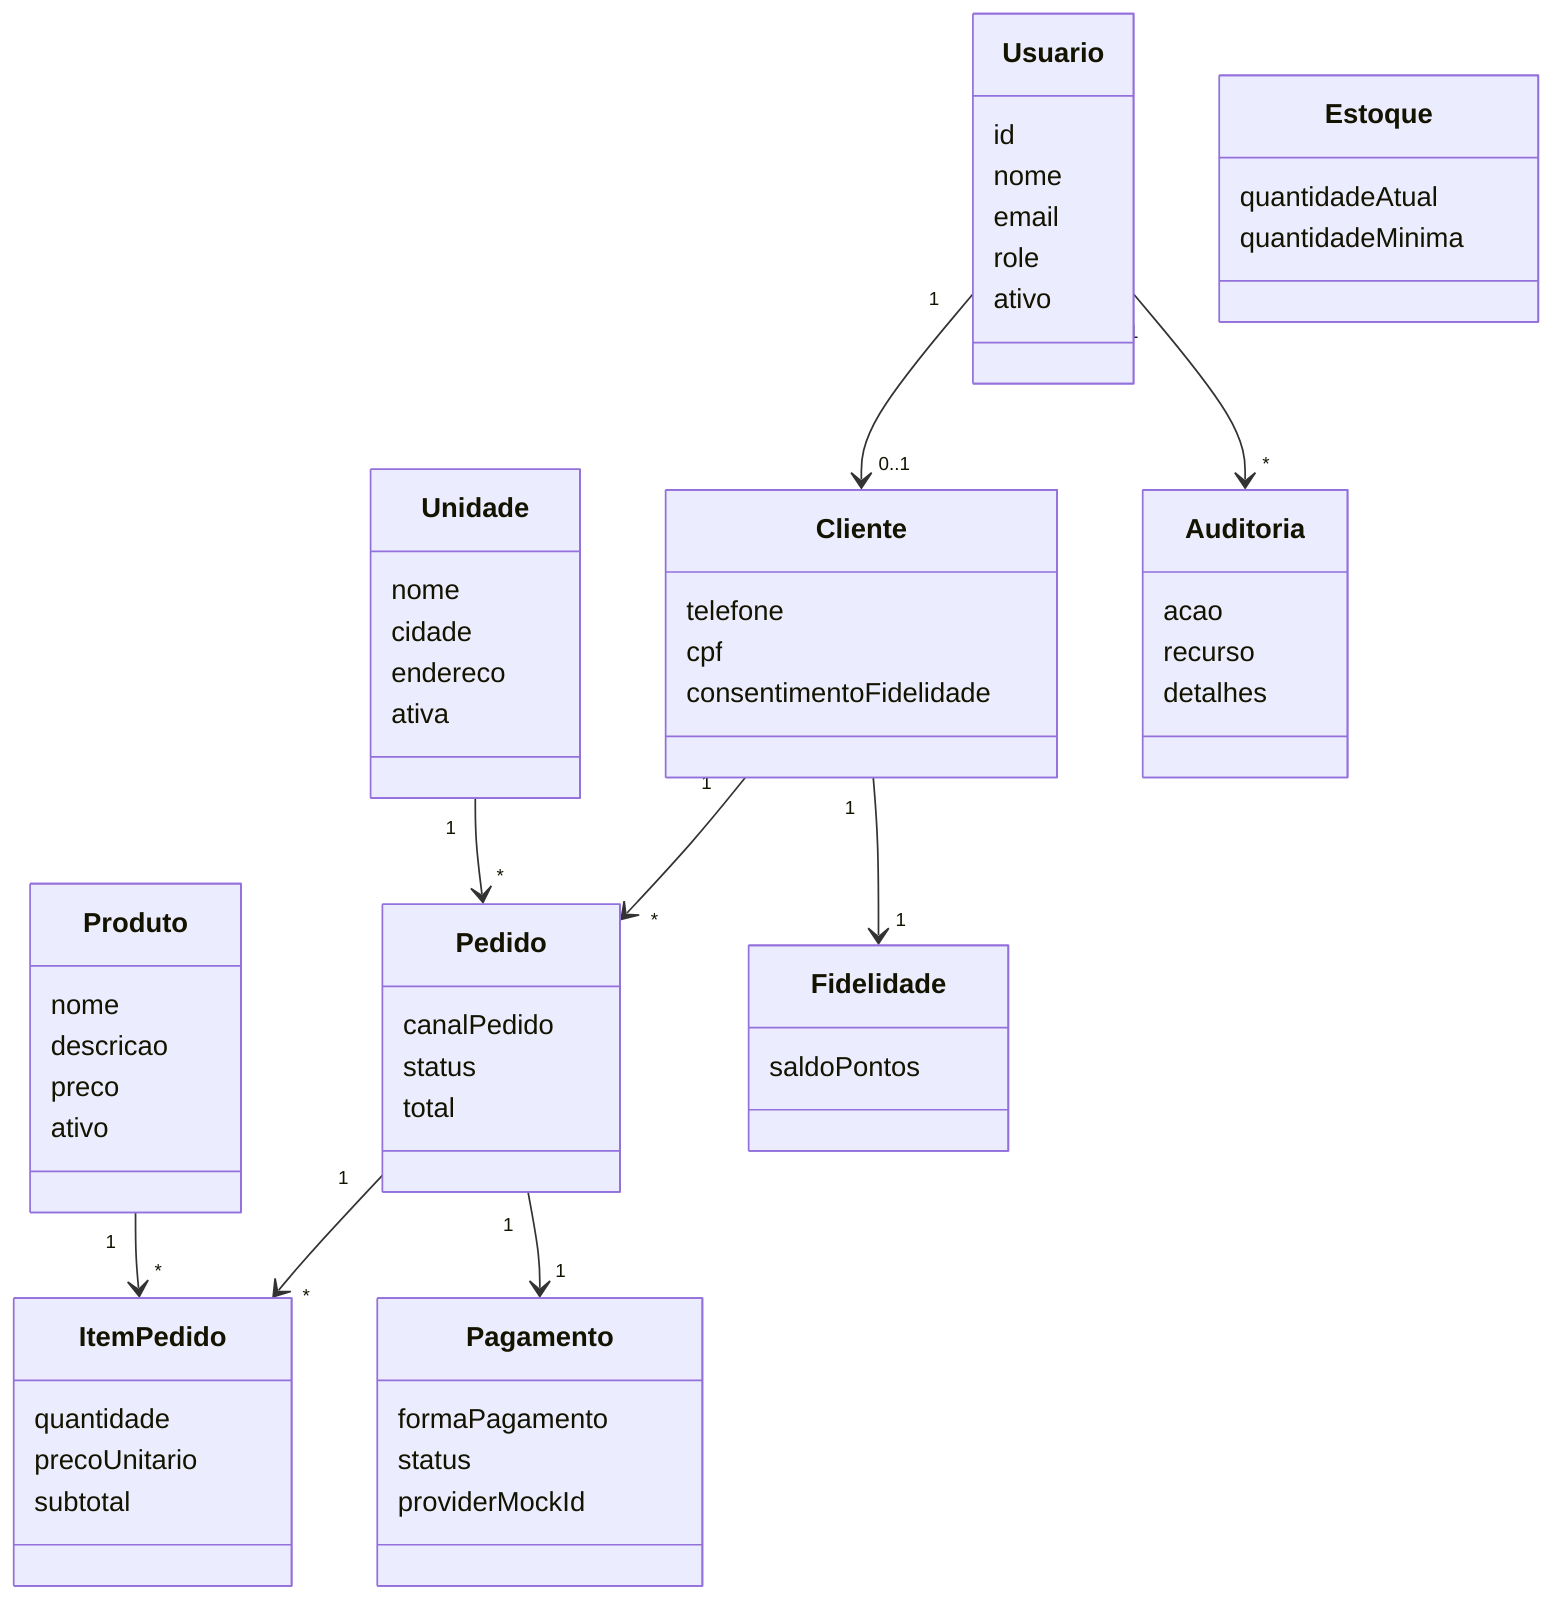
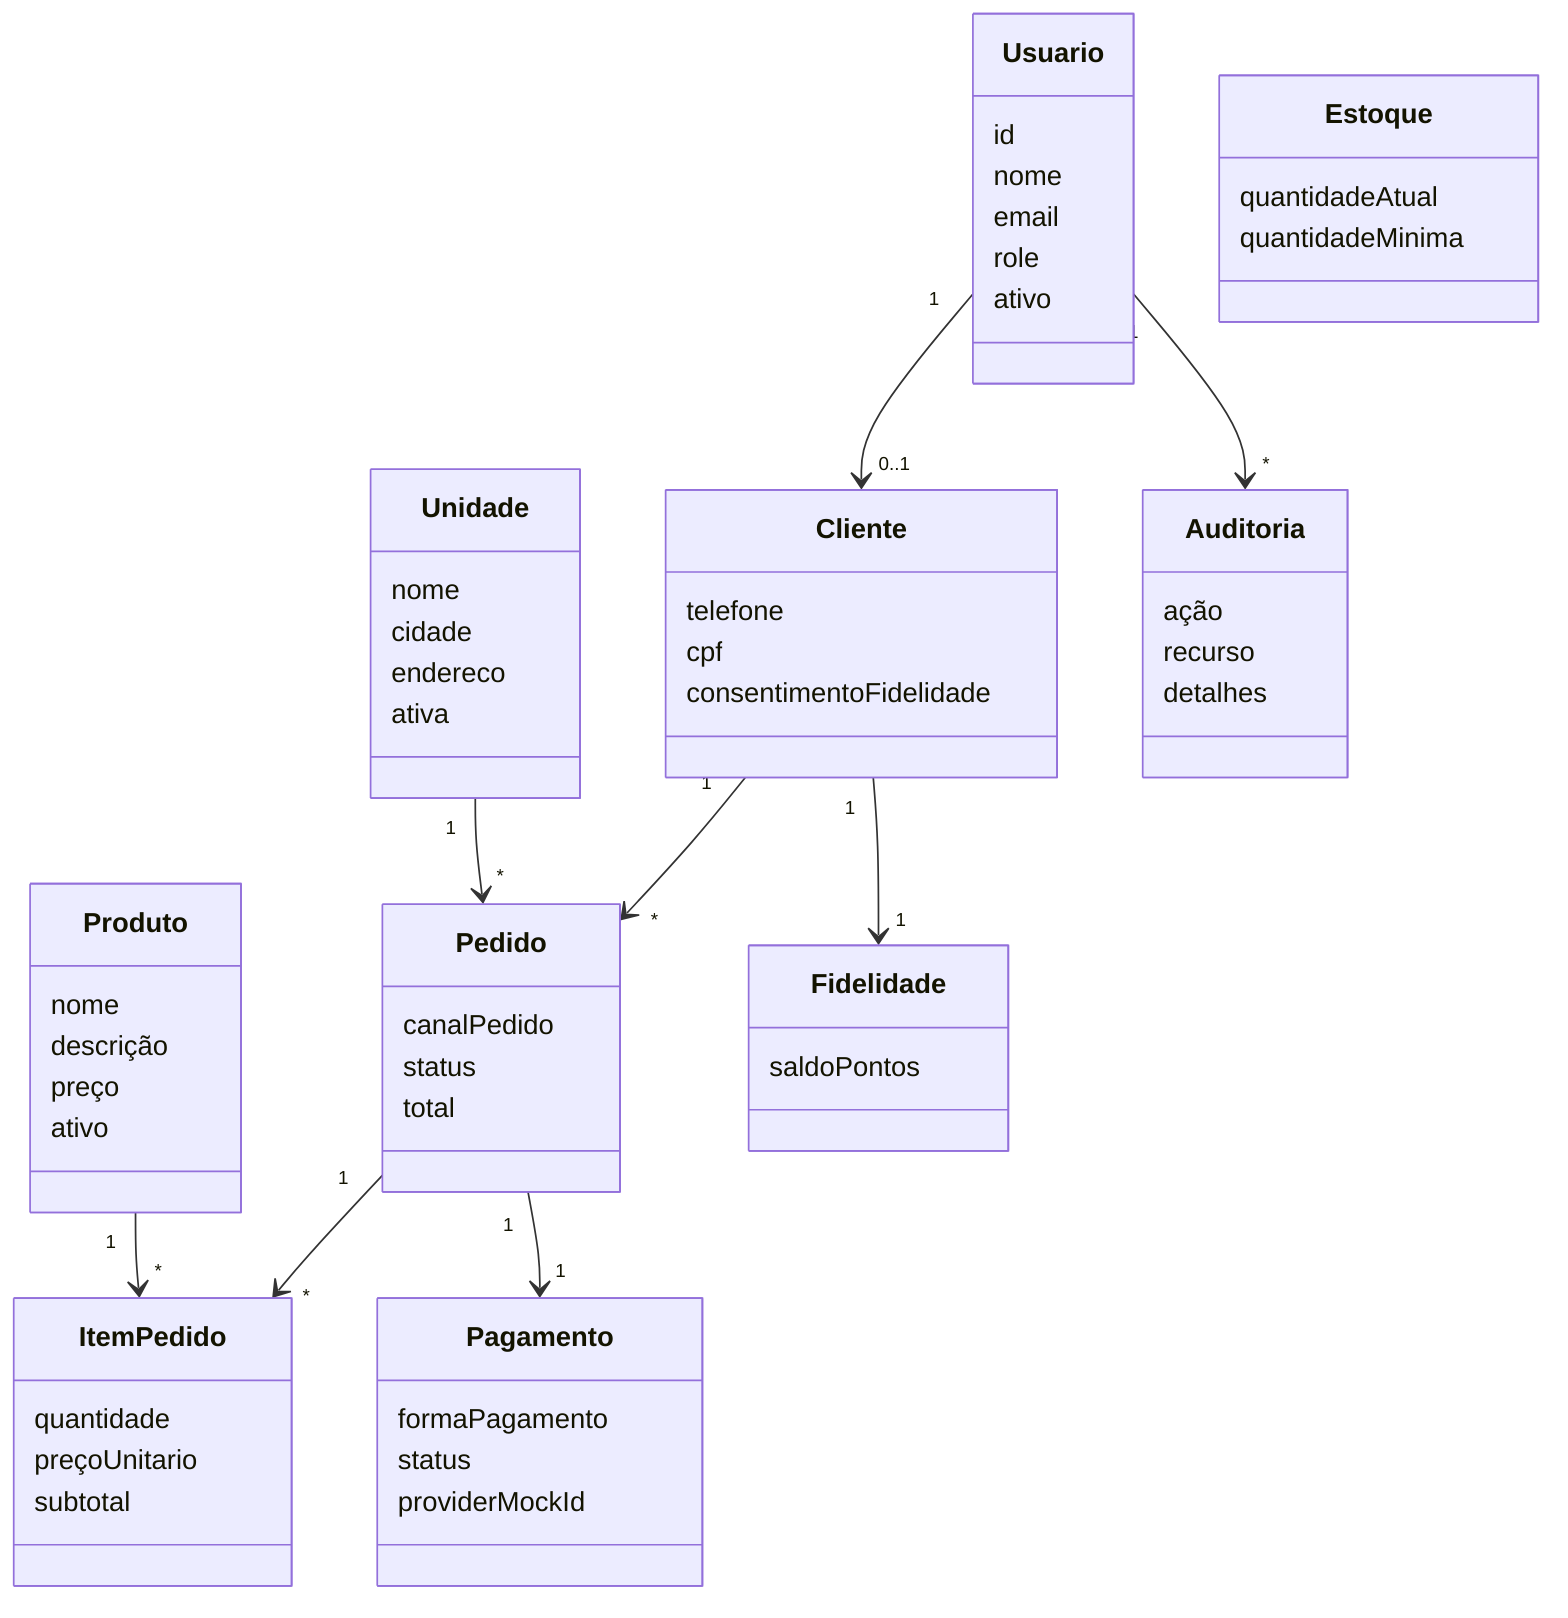
classDiagram
  class Usuario {
    id
    nome
    email
    role
    ativo
  }
  class Cliente {
    telefone
    cpf
    consentimentoFidelidade
  }
  class Unidade {
    nome
    cidade
    endereco
    ativa
  }
  class Produto {
    nome
-     descricao
-     preco
+     descrição
+     preço
    ativo
  }
  class Estoque {
    quantidadeAtual
    quantidadeMinima
  }
  class Pedido {
    canalPedido
    status
    total
  }
  class ItemPedido {
    quantidade
-     precoUnitario
+     preçoUnitario
    subtotal
  }
  class Pagamento {
    formaPagamento
    status
    providerMockId
  }
  class Fidelidade {
    saldoPontos
  }
  class Auditoria {
-     acao
+     ação
    recurso
    detalhes
  }

  Usuario "1" --> "0..1" Cliente
  Cliente "1" --> "*" Pedido
  Pedido "1" --> "*" ItemPedido
  Pedido "1" --> "1" Pagamento
  Unidade "1" --> "*" Pedido
  Produto "1" --> "*" ItemPedido
  Cliente "1" --> "1" Fidelidade
  Usuario "1" --> "*" Auditoria
